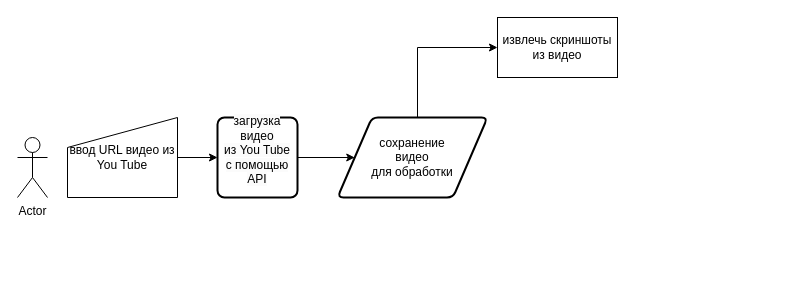
This is Диаграмма без названия.drawio from Nurik-pilot/You-Tube-Reader-Web-Service, a draw.io file, before an edit. Source tidied: cells renumbered, new cells numbered last; positions are measured from the earlier drawing's top-left corner, leaving out a move shared by most shapes. Both pictures are drawn from the tidied source at 100%, with x=0, y=0 at pixel (17, 17).
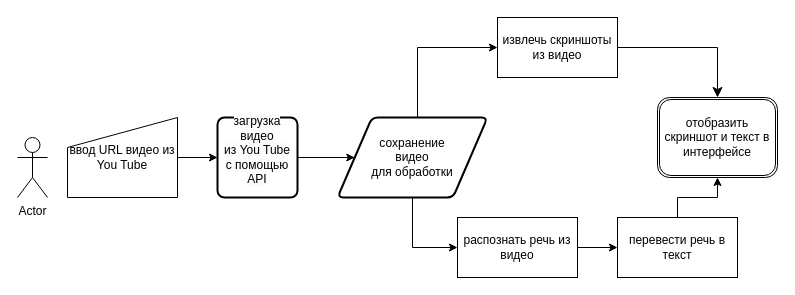
Above is the later version.

The change refers to these unchanged cells:
```xml
<mxCell id="4" value="сохранение &lt;br&gt;видео &lt;br&gt;для обработки" style="shape=parallelogram;html=1;strokeWidth=2;perimeter=parallelogramPerimeter;whiteSpace=wrap;rounded=1;arcSize=12;size=0.23;" parent="1" vertex="1">
  <mxGeometry x="320" y="100" width="150" height="80" as="geometry" />
</mxCell>
```

The edit, as a diff of the source:
```diff
@@
+    <mxCell id="10" style="edgeStyle=orthogonalEdgeStyle;rounded=0;jettySize=auto;html=1;exitX=0.5;exitY=1;exitDx=0;exitDy=0;entryX=0;entryY=0.5;entryDx=0;entryDy=0;" parent="1" edge="1" source="4" target="12">
+      <mxGeometry relative="1" as="geometry" />
+    </mxCell>
@@
+    <mxCell id="11" style="edgeStyle=orthogonalEdgeStyle;rounded=0;jettySize=auto;html=1;" parent="1" edge="1" source="12" target="14">
+      <mxGeometry relative="1" as="geometry" />
+    </mxCell>
+    <mxCell id="12" value="распознать речь из видео" style="rounded=0;whiteSpace=wrap;html=1;" parent="1" vertex="1">
+      <mxGeometry x="440" y="200" width="120" height="60" as="geometry" />
+    </mxCell>
+    <mxCell id="13" style="edgeStyle=orthogonalEdgeStyle;rounded=0;jettySize=auto;html=1;" parent="1" edge="1" source="14" target="15">
+      <mxGeometry relative="1" as="geometry" />
+    </mxCell>
+    <mxCell id="14" value="перевести речь в текст" style="rounded=0;whiteSpace=wrap;html=1;" parent="1" vertex="1">
+      <mxGeometry x="600" y="200" width="120" height="60" as="geometry" />
+    </mxCell>
+    <mxCell id="15" value="отобразить скриншот и текст в интерфейсе" style="shape=ext;double=1;rounded=1;whiteSpace=wrap;html=1;" parent="1" vertex="1">
+      <mxGeometry x="640" y="80" width="120" height="80" as="geometry" />
+    </mxCell>
+    <mxCell id="16" style="edgeStyle=segmentEdgeStyle;endArrow=classic;html=1;curved=0;rounded=0;endSize=8;startSize=8;entryX=0.5;entryY=0;entryDx=0;entryDy=0;" parent="1" edge="1" target="15">
+      <mxGeometry relative="1" as="geometry">
+        <mxPoint x="600" y="30" as="sourcePoint" />
+      </mxGeometry>
+    </mxCell>
```
